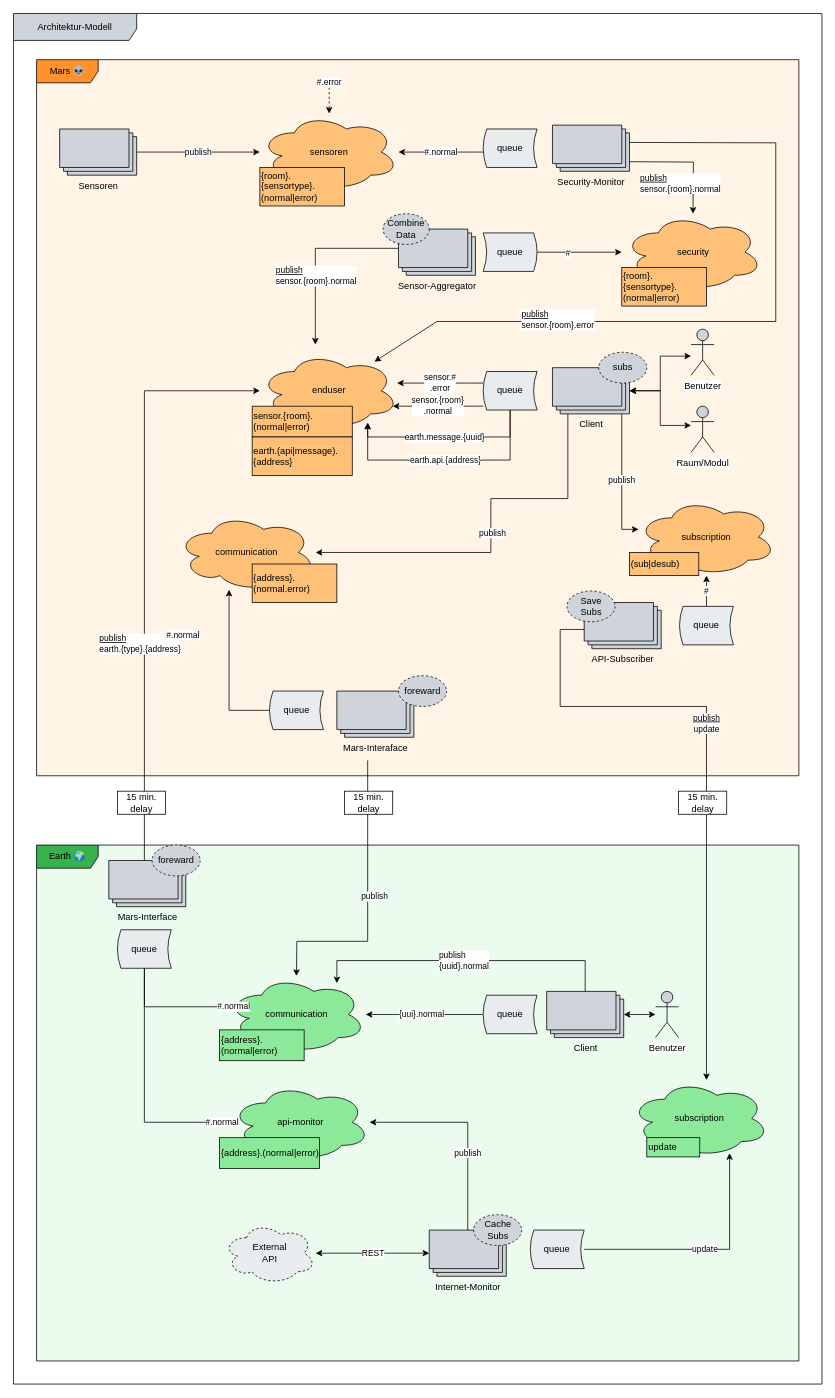
leo-3108/mi-fddw-mars-colonisation-gedrath-pelzer keeps this draw.io diagram as docs/Architektur-Modell.drawio. Above is the earlier version. Source tidied: cells renumbered, new cells numbered last; positions are measured from the earlier drawing's top-left corner, leaving out a move shared by most shapes. Both pictures are drawn from the tidied source at 77%, with x=0, y=0 at pixel (13, 13).
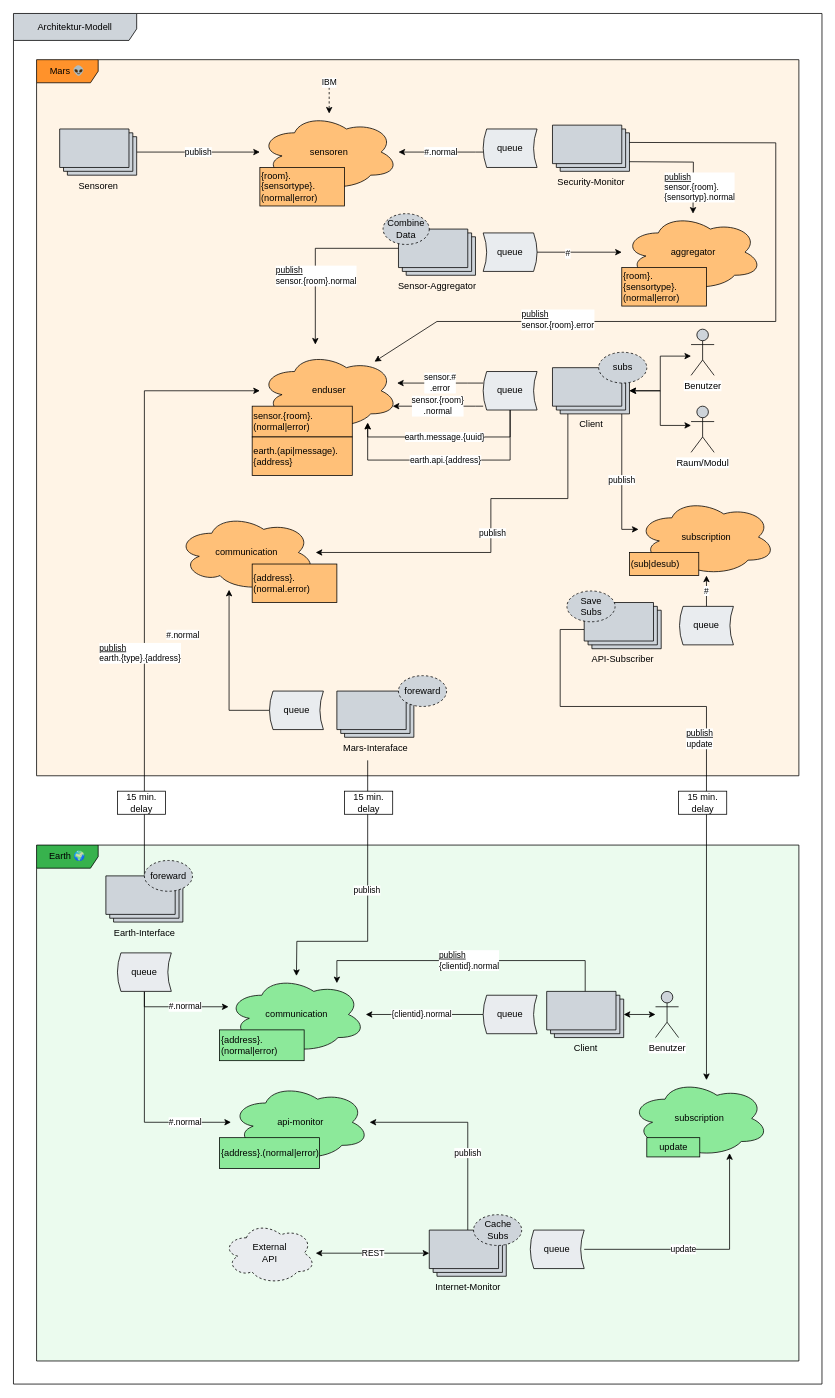
The same page after the edit.

Commit message:
Docs/architekturmodell ueberarbeitung (#25)

* Update docs/Architektur-Modell.drawio

* Update docs/Architektur-Modell.drawio

* Update docs/Architektur-Modell.drawio

* Update docs/Architektur-Modell.drawio

* Update docs/Architektur-Modell.drawio

The change refers to these unchanged cells:
```xml
<mxCell id="17" value="sensoren" style="ellipse;shape=cloud;whiteSpace=wrap;html=1;fontFamily=IBM Plex Sans;FType=g;fillColor=#FFC078;" parent="1" vertex="1">
  <mxGeometry x="320" y="130" width="180" height="100" as="geometry" />
</mxCell>
<mxCell id="21" value="&lt;font face=&quot;IBM Plex Mono&quot;&gt;queue&lt;/font&gt;" style="shape=dataStorage;whiteSpace=wrap;html=1;fillColor=#E9ECEF;size=0.06470588235293984;" parent="1" vertex="1">
  <mxGeometry x="610" y="150" width="70" height="50" as="geometry" />
</mxCell>
<mxCell id="33" value="&lt;font face=&quot;IBM Plex Mono&quot;&gt;API-Subscriber&lt;/font&gt;" style="verticalLabelPosition=bottom;verticalAlign=top;html=1;shape=mxgraph.basic.layered_rect;dx=10;outlineConnect=0;fillColor=#ced4da;" parent="1" vertex="1">
  <mxGeometry x="741.2" y="765" width="100" height="60" as="geometry" />
</mxCell>
<mxCell id="42" value="communication" style="ellipse;shape=cloud;whiteSpace=wrap;html=1;fontFamily=IBM Plex Sans;FType=g;fillColor=#8CE99A;" parent="1" vertex="1">
  <mxGeometry x="277.5" y="1250" width="180" height="100" as="geometry" />
</mxCell>
<mxCell id="43" value="api-monitor" style="ellipse;shape=cloud;whiteSpace=wrap;html=1;fontFamily=IBM Plex Sans;FType=g;fillColor=#8ce99a;" parent="1" vertex="1">
  <mxGeometry x="282.5" y="1390" width="180" height="100" as="geometry" />
</mxCell>
<mxCell id="49" value="subscription" style="ellipse;shape=cloud;whiteSpace=wrap;html=1;fontFamily=IBM Plex Sans;FType=g;fillColor=#8CE99A;" parent="1" vertex="1">
  <mxGeometry x="801.2" y="1385" width="180" height="100" as="geometry" />
</mxCell>
<mxCell id="62" value="&lt;font face=&quot;IBM Plex Mono&quot;&gt;Client&lt;/font&gt;" style="verticalLabelPosition=bottom;verticalAlign=top;html=1;shape=mxgraph.basic.layered_rect;dx=10;outlineConnect=0;fillColor=#ced4da;" parent="1" vertex="1">
  <mxGeometry x="692.5" y="1270" width="100" height="60" as="geometry" />
</mxCell>
<mxCell id="65" value="&lt;font face=&quot;IBM Plex Mono&quot;&gt;queue&lt;/font&gt;" style="shape=dataStorage;whiteSpace=wrap;html=1;fillColor=#E9ECEF;size=0.06470588235293984;" parent="1" vertex="1">
  <mxGeometry x="610" y="1275" width="70" height="50" as="geometry" />
</mxCell>
<mxCell id="67" value="&lt;font face=&quot;IBM Plex Mono&quot;&gt;queue&lt;/font&gt;" style="shape=dataStorage;whiteSpace=wrap;html=1;fillColor=#E9ECEF;size=0.06470588235293984;" parent="1" vertex="1">
  <mxGeometry x="671.2" y="1580" width="70" height="50" as="geometry" />
</mxCell>
<mxCell id="69" value="&lt;font face=&quot;IBM Plex Mono&quot;&gt;Internet-Monitor&lt;/font&gt;" style="verticalLabelPosition=bottom;verticalAlign=top;html=1;shape=mxgraph.basic.layered_rect;dx=10;outlineConnect=0;fillColor=#ced4da;" parent="1" vertex="1">
  <mxGeometry x="540" y="1580" width="100" height="60" as="geometry" />
</mxCell>
<mxCell id="71" value="External&lt;br&gt;API" style="ellipse;shape=cloud;whiteSpace=wrap;html=1;fontFamily=IBM Plex Sans;FType=g;dashed=1;gradientColor=none;fillColor=#e9ecef;" parent="1" vertex="1">
  <mxGeometry x="272.5" y="1570" width="120" height="80" as="geometry" />
</mxCell>
<mxCell id="78" style="endArrow=classic;html=1;rounded=0;exitX=0;exitY=0;exitDx=100;exitDy=22.5;exitPerimeter=0;" parent="1" edge="1" source="12" target="19">
  <mxGeometry relative="1" as="geometry">
    <Array as="points">
      <mxPoint x="990" y="168" />
      <mxPoint x="990" y="400" />
      <mxPoint x="550" y="400" />
    </Array>
  </mxGeometry>
</mxCell>
<mxCell id="80" style="endArrow=classic;html=1;exitX=0;exitY=0;exitDx=100;exitDy=47.5;exitPerimeter=0;rounded=0;" parent="1" edge="1" source="12" target="75">
  <mxGeometry relative="1" as="geometry">
    <Array as="points">
      <mxPoint x="883" y="193" />
    </Array>
  </mxGeometry>
</mxCell>
```

Change to the diagram source:
```diff
@@
-    <mxCell id="20" value="&lt;font face=&quot;IBM Plex Mono&quot;&gt;#.normal&lt;/font&gt;" style="edgeStyle=orthogonalEdgeStyle;rounded=0;jettySize=auto;html=1;" parent="1" edge="1" source="21" target="17">
+    <mxCell id="20" value="&lt;font&gt;#.normal&lt;/font&gt;" style="edgeStyle=orthogonalEdgeStyle;rounded=0;jettySize=auto;html=1;fontFamily=IBM Plex Mono;" parent="1" edge="1" source="21" target="17">
       <mxGeometry relative="1" as="geometry">
         <Array as="points">
           <mxPoint x="600" y="180" />
           <mxPoint x="600" y="180" />
         </Array>
       </mxGeometry>
     </mxCell>
@@
-    <mxCell id="24" value="&lt;font face=&quot;IBM Plex Mono&quot;&gt;#.error&lt;/font&gt;" style="endArrow=classic;html=1;dashed=1;" parent="1" edge="1" target="17">
+    <mxCell id="24" value="&lt;font face=&quot;IBM Plex Mono&quot;&gt;IBM&lt;/font&gt;" style="endArrow=classic;html=1;dashed=1;" parent="1" edge="1" target="17">
       <mxGeometry x="-1" relative="1" as="geometry">
         <mxPoint x="410" y="90" as="sourcePoint" />
       </mxGeometry>
     </mxCell>
@@
     <mxCell id="32" value="&lt;u&gt;publish&lt;/u&gt;&lt;br&gt;update" style="edgeStyle=orthogonalEdgeStyle;rounded=0;jettySize=auto;html=1;fontFamily=IBM Plex Mono;align=center;" parent="1" edge="1" source="33" target="49">
-      <mxGeometry x="-0.15" relative="1" as="geometry">
+      <mxGeometry x="-0.1" y="-9" relative="1" as="geometry">
         <Array as="points">
           <mxPoint x="710" y="800" />
           <mxPoint x="710" y="900" />
           <mxPoint x="900" y="900" />
         </Array>
       </mxGeometry>
     </mxCell>
@@
-    <mxCell id="36" value="&lt;font face=&quot;IBM Plex Mono&quot;&gt;Mars-Interface&lt;br&gt;&lt;/font&gt;" style="verticalLabelPosition=bottom;verticalAlign=top;html=1;shape=mxgraph.basic.layered_rect;dx=10;outlineConnect=0;fillColor=#ced4da;" parent="1" vertex="1">
-      <mxGeometry x="123.8" y="1100" width="100" height="60" as="geometry" />
+    <mxCell id="36" value="&lt;font face=&quot;IBM Plex Mono&quot;&gt;Earth-Interface&lt;br&gt;&lt;/font&gt;" style="verticalLabelPosition=bottom;verticalAlign=top;html=1;shape=mxgraph.basic.layered_rect;dx=10;outlineConnect=0;fillColor=#ced4da;" parent="1" vertex="1">
+      <mxGeometry x="120" y="1120" width="100" height="60" as="geometry" />
     </mxCell>
@@
     <mxCell id="44" value="#.normal" style="edgeStyle=orthogonalEdgeStyle;rounded=0;jettySize=auto;html=1;align=left;fontFamily=IBM Plex Mono;" parent="1" edge="1" source="46" target="42">
-      <mxGeometry x="0.55" y="20" relative="1" as="geometry">
+      <mxGeometry x="-0.23" relative="1" as="geometry">
         <Array as="points">
           <mxPoint x="170" y="1290" />
         </Array>
-        <mxPoint x="20" y="20" as="offset" />
       </mxGeometry>
     </mxCell>
     <mxCell id="45" value="#.normal" style="edgeStyle=orthogonalEdgeStyle;rounded=0;jettySize=auto;html=1;align=left;fontFamily=IBM Plex Mono;" parent="1" edge="1" source="46" target="43">
-      <mxGeometry x="0.65" y="20" relative="1" as="geometry">
+      <mxGeometry x="0.2" y="30" relative="1" as="geometry">
         <Array as="points">
           <mxPoint x="170" y="1440" />
         </Array>
-        <mxPoint x="20" y="20" as="offset" />
+        <mxPoint x="30" y="30" as="offset" />
       </mxGeometry>
     </mxCell>
     <mxCell id="46" value="&lt;font face=&quot;IBM Plex Mono&quot;&gt;queue&lt;/font&gt;" style="shape=dataStorage;whiteSpace=wrap;html=1;fillColor=#E9ECEF;size=0.06470588235293984;" parent="1" vertex="1">
-      <mxGeometry x="135" y="1190" width="70" height="50" as="geometry" />
+      <mxGeometry x="135" y="1220" width="70" height="50" as="geometry" />
     </mxCell>
@@
-    <mxCell id="50" value="&lt;font face=&quot;IBM Plex Mono&quot;&gt;update&lt;/font&gt;" style="rounded=0;whiteSpace=wrap;html=1;fillColor=#8CE99A;align=left;" parent="1" vertex="1">
+    <mxCell id="50" value="&lt;font face=&quot;IBM Plex Mono&quot;&gt;update&lt;/font&gt;" style="rounded=0;whiteSpace=wrap;html=1;fillColor=#8CE99A;align=center;" parent="1" vertex="1">
       <mxGeometry x="822.5" y="1460" width="68.8" height="25" as="geometry" />
     </mxCell>
@@
     <mxCell id="55" value="publish" style="edgeStyle=orthogonalEdgeStyle;rounded=0;jettySize=auto;html=1;fontFamily=IBM Plex Mono;align=left;" parent="1" edge="1" target="42">
-      <mxGeometry x="-0.05" y="-10" relative="1" as="geometry">
+      <mxGeometry x="-0.09" y="-20" relative="1" as="geometry">
         <mxPoint x="460" y="970" as="sourcePoint" />
         <Array as="points">
           <mxPoint x="460" y="1205" />
           <mxPoint x="368" y="1205" />
         </Array>
       </mxGeometry>
     </mxCell>
@@
-    <mxCell id="61" value="publish&lt;br&gt;{uuid}.normal" style="edgeStyle=orthogonalEdgeStyle;rounded=0;jettySize=auto;html=1;startArrow=none;startFill=0;endArrow=classic;endFill=1;endSize=6;fontFamily=IBM Plex Mono;align=left;" parent="1" edge="1" source="62" target="42">
+    <mxCell id="61" value="&lt;u&gt;publish&lt;/u&gt;&lt;br&gt;{&lt;span style=&quot;text-align: center&quot;&gt;clientid&lt;/span&gt;}.normal" style="edgeStyle=orthogonalEdgeStyle;rounded=0;jettySize=auto;html=1;startArrow=none;startFill=0;endArrow=classic;endFill=1;endSize=6;fontFamily=IBM Plex Mono;align=left;" parent="1" edge="1" source="62" target="42">
       <mxGeometry x="0.19" relative="1" as="geometry">
         <Array as="points">
           <mxPoint x="743" y="1230" />
           <mxPoint x="420" y="1230" />
         </Array>
         <mxPoint x="1" as="offset" />
       </mxGeometry>
     </mxCell>
@@
-    <mxCell id="64" value="{uui}.normal" style="edgeStyle=orthogonalEdgeStyle;rounded=0;jettySize=auto;html=1;startArrow=none;startFill=0;fontFamily=IBM Plex Mono;align=center;endArrow=classic;endFill=1;endSize=6;" parent="1" edge="1" source="65" target="42">
+    <mxCell id="64" value="{clientid}.normal" style="edgeStyle=orthogonalEdgeStyle;rounded=0;jettySize=auto;html=1;startArrow=none;startFill=0;fontFamily=IBM Plex Mono;align=center;endArrow=classic;endFill=1;endSize=6;" parent="1" edge="1" source="65" target="42">
       <mxGeometry x="0.05" relative="1" as="geometry" />
     </mxCell>
@@
     <mxCell id="66" value="update" style="edgeStyle=orthogonalEdgeStyle;rounded=0;jettySize=auto;html=1;startArrow=none;startFill=0;endArrow=classic;endFill=1;endSize=6;fontFamily=IBM Plex Mono;align=center;" parent="1" edge="1" source="67" target="49">
-      <mxGeometry relative="1" as="geometry">
+      <mxGeometry x="-0.18" relative="1" as="geometry">
         <Array as="points">
           <mxPoint x="930" y="1605" />
         </Array>
       </mxGeometry>
     </mxCell>
@@
-    <mxCell id="72" value="&lt;font face=&quot;IBM Plex Mono&quot;&gt;REST&lt;/font&gt;" style="edgeStyle=orthogonalEdgeStyle;rounded=0;jettySize=auto;html=1;startArrow=classic;startFill=1;" parent="1" edge="1" source="71" target="69">
+    <mxCell id="72" value="&lt;font&gt;REST&lt;/font&gt;" style="edgeStyle=orthogonalEdgeStyle;rounded=0;jettySize=auto;html=1;startArrow=classic;startFill=1;fontFamily=IBM Plex Mono;" parent="1" edge="1" source="71" target="69">
       <mxGeometry relative="1" as="geometry" />
     </mxCell>
@@
     <mxCell id="74" value="&lt;font face=&quot;IBM Plex Sans&quot;&gt;foreward&lt;/font&gt;" style="ellipse;whiteSpace=wrap;html=1;strokeWidth=1;fillColor=#CED4DA;dashed=1;" parent="1" vertex="1">
-      <mxGeometry x="180" y="1080" width="62.5" height="40" as="geometry" />
+      <mxGeometry x="170" y="1100" width="62.5" height="40" as="geometry" />
     </mxCell>
-    <mxCell id="75" value="security" style="ellipse;shape=cloud;whiteSpace=wrap;html=1;fontFamily=IBM Plex Sans;FType=g;fillColor=#FFC078;" parent="1" vertex="1">
+    <mxCell id="75" value="aggregator" style="ellipse;shape=cloud;whiteSpace=wrap;html=1;fontFamily=IBM Plex Sans;FType=g;fillColor=#FFC078;" parent="1" vertex="1">
       <mxGeometry x="792.5" y="260" width="180" height="100" as="geometry" />
     </mxCell>
@@
-    <mxCell id="79" value="&lt;div style=&quot;text-align: left&quot;&gt;&lt;u&gt;publish&lt;/u&gt;&lt;/div&gt;sensor.{room}.error" style="edgeLabel;html=1;align=center;verticalAlign=middle;" parent="78" vertex="1">
+    <mxCell id="79" value="&lt;div style=&quot;text-align: left&quot;&gt;&lt;u&gt;publish&lt;/u&gt;&lt;/div&gt;sensor.{room}.error" style="edgeLabel;html=1;align=center;verticalAlign=middle;fontFamily=IBM Plex Mono;" parent="78" vertex="1">
       <mxGeometry x="-0.34" relative="1" as="geometry">
         <mxPoint x="-283.8" y="104" as="offset" />
       </mxGeometry>
     </mxCell>
@@
-    <mxCell id="81" value="&lt;div style=&quot;text-align: left&quot;&gt;&lt;u&gt;publish&lt;/u&gt;&lt;/div&gt;sensor.{room}.normal" style="edgeLabel;html=1;align=center;verticalAlign=middle;" parent="80" vertex="1">
+    <mxCell id="81" value="&lt;div style=&quot;text-align: left&quot;&gt;&lt;u&gt;publish&lt;/u&gt;&lt;/div&gt;&lt;div style=&quot;text-align: left&quot;&gt;sensor.{room}.&lt;/div&gt;{sensortyp}.normal" style="edgeLabel;html=1;align=center;verticalAlign=middle;fontFamily=IBM Plex Mono;" parent="80" vertex="1">
       <mxGeometry x="-0.31" y="2" relative="1" as="geometry">
-        <mxPoint x="13.6" y="29.2" as="offset" />
+        <mxPoint x="38" y="34.2" as="offset" />
       </mxGeometry>
     </mxCell>
```
